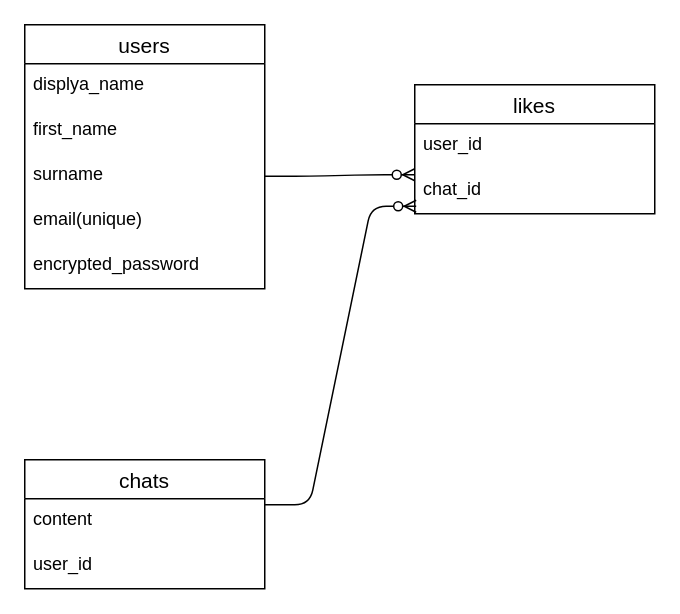
U-ki-M/life_of_max keeps this draw.io diagram as app/life_of_max.dio. Above is the earlier version. Source tidied: cells renumbered, new cells numbered last; positions are measured from the earlier drawing's top-left corner, leaving out a move shared by most shapes. Both pictures are drawn from the tidied source at 150%, with x=0, y=0 at pixel (24, 24).
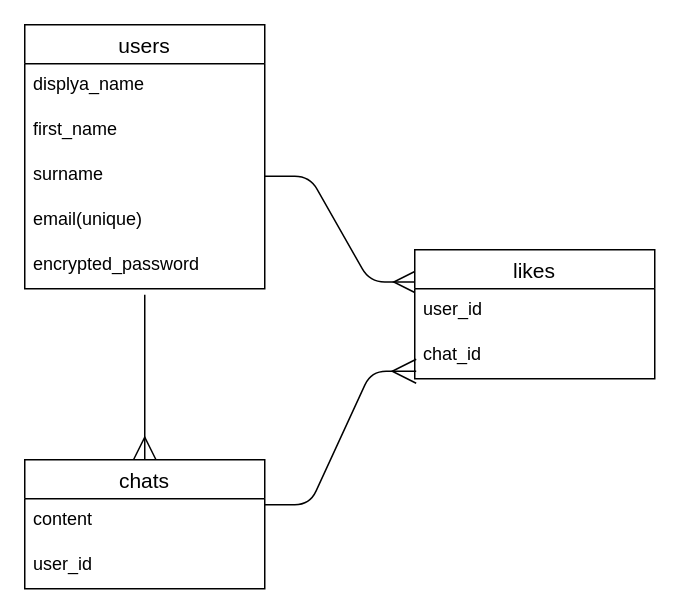
The same diagram, later.

Change to the diagram source:
```diff
@@
 <mxGraphModel>
   <root>
     <mxCell id="0" />
     <mxCell id="1" parent="0" />
     <mxCell id="2" value="users" style="swimlane;fontStyle=0;horizontal=1;startSize=26;align=center;fontSize=14;" parent="1" vertex="1">
       <mxGeometry width="160" height="176" as="geometry" />
     </mxCell>
     <mxCell id="3" value="displya_name" style="text;strokeColor=none;fillColor=none;spacingLeft=4;spacingRight=4;overflow=hidden;fontSize=12;" parent="2" vertex="1">
       <mxGeometry y="26" width="160" height="30" as="geometry" />
     </mxCell>
     <mxCell id="4" value="first_name" style="text;strokeColor=none;fillColor=none;spacingLeft=4;spacingRight=4;overflow=hidden;fontSize=12;" parent="2" vertex="1">
       <mxGeometry y="56" width="160" height="30" as="geometry" />
     </mxCell>
     <mxCell id="5" value="surname" style="text;strokeColor=none;fillColor=none;spacingLeft=4;spacingRight=4;overflow=hidden;points=[[0,0.5],[1,0.5]];portConstraint=eastwest;fontSize=12;" parent="2" vertex="1">
       <mxGeometry y="86" width="160" height="30" as="geometry" />
     </mxCell>
     <mxCell id="6" value="email(unique)" style="text;strokeColor=none;fillColor=none;spacingLeft=4;spacingRight=4;overflow=hidden;fontSize=12;" parent="2" vertex="1">
       <mxGeometry y="116" width="160" height="30" as="geometry" />
     </mxCell>
     <mxCell id="7" value="encrypted_password" style="text;strokeColor=none;fillColor=none;spacingLeft=4;spacingRight=4;overflow=hidden;fontSize=12;" parent="2" vertex="1">
       <mxGeometry y="146" width="160" height="30" as="geometry" />
     </mxCell>
     <mxCell id="8" value="likes" style="swimlane;fontStyle=0;horizontal=1;startSize=26;align=center;fontSize=14;" parent="1" vertex="1">
-      <mxGeometry x="260" y="40" width="160" height="86" as="geometry" />
+      <mxGeometry x="260" y="150" width="160" height="86" as="geometry" />
     </mxCell>
     <mxCell id="9" value="user_id" style="text;strokeColor=none;fillColor=none;spacingLeft=4;spacingRight=4;overflow=hidden;fontSize=12;" parent="8" vertex="1">
       <mxGeometry y="26" width="160" height="30" as="geometry" />
     </mxCell>
     <mxCell id="10" value="chat_id" style="text;strokeColor=none;fillColor=none;spacingLeft=4;spacingRight=4;overflow=hidden;points=[[0,0.5],[1,0.5]];portConstraint=eastwest;fontSize=12;" parent="8" vertex="1">
       <mxGeometry y="56" width="160" height="30" as="geometry" />
     </mxCell>
     <mxCell id="11" value="chats" style="swimlane;fontStyle=0;horizontal=1;startSize=26;align=center;fontSize=14;" parent="1" vertex="1">
       <mxGeometry y="290" width="160" height="86" as="geometry" />
     </mxCell>
     <mxCell id="12" value="content" style="text;strokeColor=none;fillColor=none;spacingLeft=4;spacingRight=4;overflow=hidden;fontSize=12;" parent="11" vertex="1">
       <mxGeometry y="26" width="160" height="30" as="geometry" />
     </mxCell>
     <mxCell id="13" value="user_id" style="text;strokeColor=none;fillColor=none;spacingLeft=4;spacingRight=4;overflow=hidden;fontSize=12;" parent="11" vertex="1">
       <mxGeometry y="56" width="160" height="30" as="geometry" />
     </mxCell>
-    <mxCell id="14" style="edgeStyle=entityRelationEdgeStyle;fontSize=12;html=1;endArrow=ERzeroToMany;endFill=1;exitX=1;exitY=0.5;exitDx=0;exitDy=0;jumpSize=8;targetPerimeterSpacing=1;sourcePerimeterSpacing=2;" parent="1" edge="1" source="5">
-      <mxGeometry relative="1" as="geometry">
-        <mxPoint x="260" y="100" as="targetPoint" />
-      </mxGeometry>
+    <mxCell id="14" style="edgeStyle=entityRelationEdgeStyle;fontSize=12;html=1;endArrow=ERmany;endFill=0;exitX=1;exitY=0.5;exitDx=0;exitDy=0;jumpSize=8;targetPerimeterSpacing=1;sourcePerimeterSpacing=2;entryX=0;entryY=0.25;entryDx=0;entryDy=0;endSize=12;" parent="1" edge="1" source="5" target="8">
+      <mxGeometry relative="1" as="geometry" />
     </mxCell>
-    <mxCell id="15" style="edgeStyle=entityRelationEdgeStyle;fontSize=12;html=1;endArrow=ERzeroToMany;endFill=1;sourcePerimeterSpacing=2;targetPerimeterSpacing=1;entryX=0.006;entryY=0.833;entryDx=0;entryDy=0;entryPerimeter=0;" parent="1" edge="1" target="10">
+    <mxCell id="15" style="edgeStyle=entityRelationEdgeStyle;fontSize=12;html=1;endArrow=ERmany;endFill=0;sourcePerimeterSpacing=2;targetPerimeterSpacing=1;entryX=0.006;entryY=0.833;entryDx=0;entryDy=0;entryPerimeter=0;strokeWidth=1;endSize=14;" parent="1" edge="1" target="10">
       <mxGeometry relative="1" as="geometry">
         <mxPoint x="160" y="320" as="sourcePoint" />
       </mxGeometry>
     </mxCell>
+    <mxCell id="16" style="endArrow=ERmany;html=1;rounded=1;endSize=13;strokeWidth=1;endFill=0;entryX=0.5;entryY=0;entryDx=0;entryDy=0;" parent="1" edge="1" target="11">
+      <mxGeometry relative="1" as="geometry">
+        <mxPoint x="80" y="180" as="sourcePoint" />
+        <Array as="points">
+          <mxPoint x="80" y="260" />
+        </Array>
+      </mxGeometry>
+    </mxCell>
   </root>
 </mxGraphModel>
```
